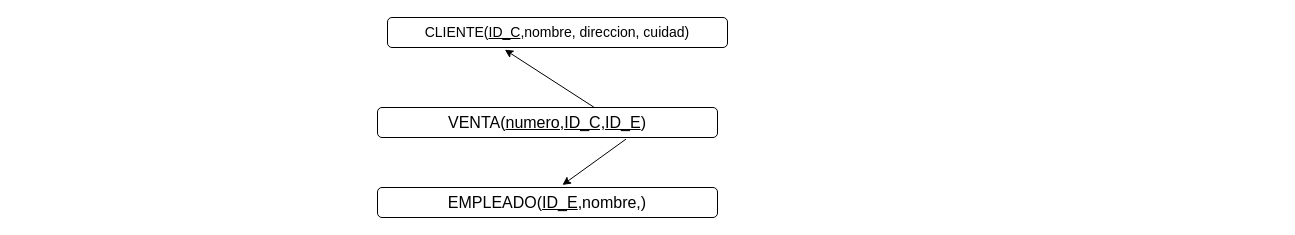
This is Untitled Diagram.drawio from Davidram1802/hello-world, a draw.io file, before an edit. Source tidied: cells renumbered, new cells numbered last; positions are measured from the earlier drawing's top-left corner, leaving out a move shared by most shapes. Both pictures are drawn from the tidied source at 100%, with x=0, y=0 at pixel (377, 17).
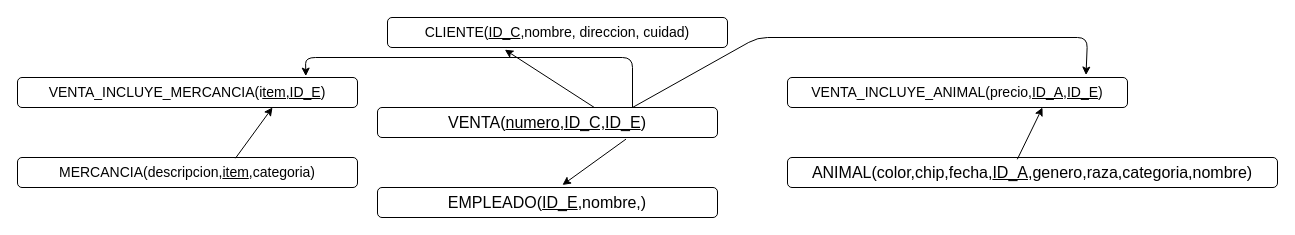
The same page after the edit.

The edit, as a diff of the source:
```diff
@@
 <mxGraphModel>
   <root>
     <mxCell id="0" />
     <mxCell id="1" parent="0" />
     <mxCell id="2" value="&lt;font style=&quot;font-size: 14px&quot;&gt;CLIENTE(&lt;u&gt;ID_C&lt;/u&gt;,nombre, direccion, cuidad)&lt;/font&gt;" style="rounded=1;whiteSpace=wrap;html=1;" parent="1" vertex="1">
       <mxGeometry x="10" width="340" height="30" as="geometry" />
     </mxCell>
     <mxCell id="3" value="&lt;font size=&quot;3&quot;&gt;VENTA(&lt;u&gt;numero,ID_C,ID_E&lt;/u&gt;)&lt;/font&gt;" style="rounded=1;whiteSpace=wrap;html=1;" parent="1" vertex="1">
       <mxGeometry y="90" width="340" height="30" as="geometry" />
     </mxCell>
     <mxCell id="4" value="&lt;font size=&quot;3&quot;&gt;EMPLEADO(&lt;u&gt;ID_E&lt;/u&gt;,nombre,)&lt;/font&gt;" style="rounded=1;whiteSpace=wrap;html=1;" parent="1" vertex="1">
       <mxGeometry y="170" width="340" height="30" as="geometry" />
     </mxCell>
     <mxCell id="5" style="endArrow=classic;html=1;entryX=0.345;entryY=1.073;entryDx=0;entryDy=0;exitX=0.637;exitY=-0.006;exitDx=0;exitDy=0;exitPerimeter=0;entryPerimeter=0;" parent="1" edge="1" source="3" target="2">
       <mxGeometry relative="1" as="geometry" />
     </mxCell>
     <mxCell id="6" style="endArrow=classic;html=1;entryX=0.544;entryY=-0.084;entryDx=0;entryDy=0;entryPerimeter=0;exitX=0.731;exitY=1.053;exitDx=0;exitDy=0;exitPerimeter=0;" parent="1" edge="1" source="3" target="4">
       <mxGeometry relative="1" as="geometry" />
     </mxCell>
+    <mxCell id="7" value="&lt;font size=&quot;3&quot;&gt;ANIMAL(color,chip,fecha,&lt;u&gt;ID_A&lt;/u&gt;,genero,raza,categoria,nombre)&lt;/font&gt;" style="rounded=1;whiteSpace=wrap;html=1;" parent="1" vertex="1">
+      <mxGeometry x="410" y="140" width="490" height="30" as="geometry" />
+    </mxCell>
+    <mxCell id="8" value="&lt;font style=&quot;font-size: 14px&quot;&gt;MERCANCIA(descripcion,&lt;u&gt;item&lt;/u&gt;,categoria)&lt;/font&gt;" style="rounded=1;whiteSpace=wrap;html=1;" parent="1" vertex="1">
+      <mxGeometry x="-360" y="140" width="340" height="30" as="geometry" />
+    </mxCell>
+    <mxCell id="9" value="&lt;font style=&quot;font-size: 14px&quot;&gt;VENTA_INCLUYE_ANIMAL(precio&lt;u&gt;,ID_A,ID_E&lt;/u&gt;)&lt;/font&gt;" style="rounded=1;whiteSpace=wrap;html=1;" parent="1" vertex="1">
+      <mxGeometry x="410" y="60" width="340" height="30" as="geometry" />
+    </mxCell>
+    <mxCell id="10" style="endArrow=classic;html=1;exitX=0.75;exitY=0;exitDx=0;exitDy=0;entryX=0.878;entryY=-0.081;entryDx=0;entryDy=0;entryPerimeter=0;" parent="1" edge="1" source="3" target="9">
+      <mxGeometry relative="1" as="geometry">
+        <Array as="points">
+          <mxPoint x="380" y="20" />
+          <mxPoint x="710" y="20" />
+        </Array>
+      </mxGeometry>
+    </mxCell>
+    <mxCell id="11" style="endArrow=classic;html=1;entryX=0.75;entryY=1;entryDx=0;entryDy=0;exitX=0.469;exitY=0.06;exitDx=0;exitDy=0;exitPerimeter=0;" parent="1" edge="1" source="7" target="9">
+      <mxGeometry relative="1" as="geometry" />
+    </mxCell>
+    <mxCell id="12" value="&lt;font style=&quot;font-size: 14px&quot;&gt;VENTA_INCLUYE_MERCANCIA(i&lt;u&gt;tem,ID_E&lt;/u&gt;)&lt;/font&gt;" style="rounded=1;whiteSpace=wrap;html=1;" parent="1" vertex="1">
+      <mxGeometry x="-360" y="60" width="340" height="30" as="geometry" />
+    </mxCell>
+    <mxCell id="13" style="endArrow=classic;html=1;exitX=0.641;exitY=0.025;exitDx=0;exitDy=0;exitPerimeter=0;entryX=0.75;entryY=1;entryDx=0;entryDy=0;" parent="1" edge="1" source="8" target="12">
+      <mxGeometry relative="1" as="geometry" />
+    </mxCell>
+    <mxCell id="14" style="endArrow=classic;html=1;exitX=0.75;exitY=0;exitDx=0;exitDy=0;entryX=0.848;entryY=-0.046;entryDx=0;entryDy=0;entryPerimeter=0;" parent="1" edge="1" source="3" target="12">
+      <mxGeometry relative="1" as="geometry">
+        <Array as="points">
+          <mxPoint x="255" y="40" />
+          <mxPoint x="-72" y="40" />
+        </Array>
+      </mxGeometry>
+    </mxCell>
   </root>
 </mxGraphModel>
```
